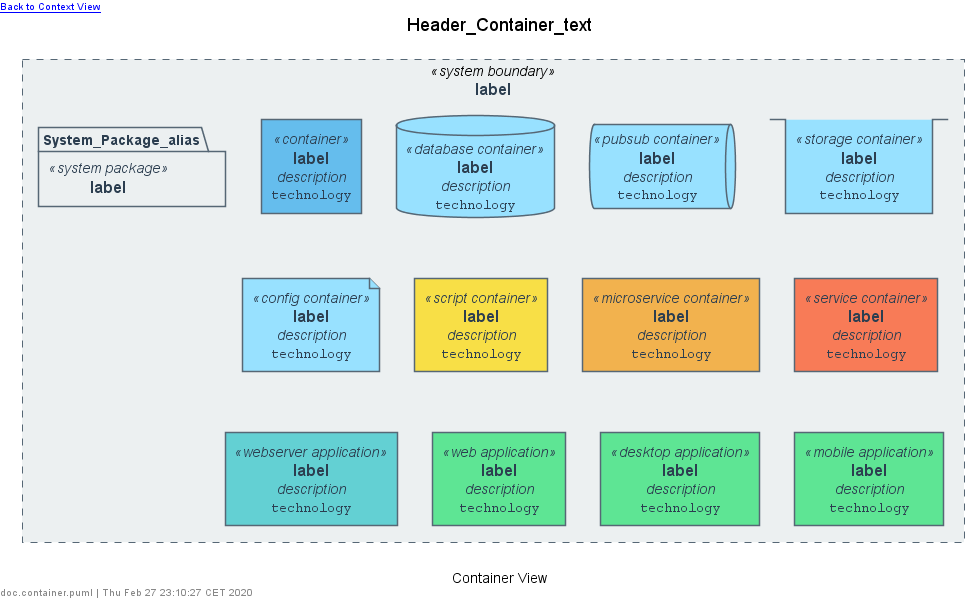
This is example/diagrams/doc.container.png from N0N4M3pl/plantuml-C4, a PlantUML export, as it was before one commit.
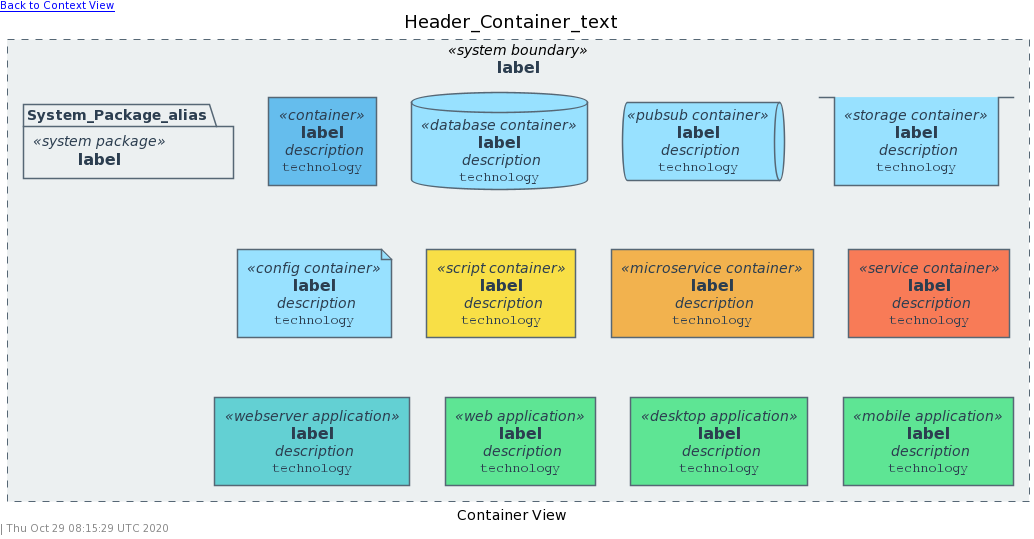
The same diagram one commit later.

What changed in the source:
```diff
@@ -1,234 +1,185 @@
-@startuml doc.container
+@startuml
+!include https://raw.githubusercontent.com/N0N4M3pl/plantuml-C4/master/src/style.puml
+!include https://raw.githubusercontent.com/N0N4M3pl/plantuml-C4/master/src/common.puml
 
 
+!definelong Header_Container(text, link)
+left header [[link Back to Context View]]
+title text
+!enddefinelong
+
+!definelong Footer_Container()
+caption Container View
+Footer()
+!enddefinelong
 
 
-
-skinparam defaultTextAlignment center
-skinparam wrapWidth 200
-skinparam maxMessageSize 150
-
-
-
-
-
-
-
-
-
-
-
-
-
-
-
-
-
-
-
-skinparam defaultTextAlignment center
-skinparam wrapWidth 200
-skinparam maxMessageSize 150
-
-
-
-
-
-
-
-
-
-
-
-
-
-
-
-
-
-
-
-skinparam Note {
-    FontColor #566775
-    BackgroundColor white
-    BorderColor #b6c1c5
-}
-
-
-skinparam actor<<person>> {
-    StereotypeFontColor #2c3e50
-    FontColor #2c3e50
-    BackgroundColor #566775
-    BorderColor #566775
-    Shadowing false
-}
-
-skinparam Arrow {
-    FontColor #2c3e50
-    Color #566775
-    FontSize 12
-}
-
-
-
-
-
-
-
+!define System_Boundary(alias, label) rectangle "==label" <<system boundary>> as alias
 skinparam rectangle<<system boundary>> {
-    StereotypeFontColor #2c3e50
-    FontColor #2c3e50
-    BackgroundColor #ecf0f1
-    BorderColor #566775
+    StereotypeFontColor COLOR_FONT_DARK
+    FontColor COLOR_FONT_DARK
+    BackgroundColor COLOR_BOUNDARY_SYSTEM_BG
+    BorderColor COLOR_BOUNDARY_SYSTEM_BD
     BorderStyle dashed
     BorderThickness 1
     Shadowing false
 }
 
+!define System_Package(alias, label) package "==label" <<system package>> as alias
 skinparam package<<system package>> {
-    StereotypeFontColor #2c3e50
-    FontColor #2c3e50
-    BackgroundColor #ecf0f1
-    BorderColor #566775
+    StereotypeFontColor COLOR_FONT_DARK
+    FontColor COLOR_FONT_DARK
+    BackgroundColor COLOR_BOUNDARY_SYSTEM_BG
+    BorderColor COLOR_BOUNDARY_SYSTEM_BD
     Shadowing false
 }
 
+!define Container(alias, label, description=" ", technology="", link="") rectangle "==label\n //description//\n ""technology"" " <<container>> as alias link
 skinparam rectangle<<container>> {
-    StereotypeFontColor #2c3e50
-    FontColor #2c3e50
-    BackgroundColor #65bded
-    BorderColor #566775
+    StereotypeFontColor COLOR_FONT_DARK
+    FontColor COLOR_FONT_DARK
+    BackgroundColor COLOR_CONTAINER_BG
+    BorderColor COLOR_CONTAINER_BD
     Shadowing false
 }
 
+!define Container_Script(alias, label, description=" ", technology="", link="") rectangle "==label\n //description//\n ""technology"" " <<script container>> as alias link
 skinparam rectangle<<script container>> {
-    StereotypeFontColor #2c3e50
-    FontColor #2c3e50
-    BackgroundColor #f8df46
-    BorderColor #566775
+    StereotypeFontColor COLOR_FONT_DARK
+    FontColor COLOR_FONT_DARK
+    BackgroundColor COLOR_YELLOW_2
+    BorderColor COLOR_CONTAINER_BD
     Shadowing false
 }
 
+!define Container_MicroService(alias, label, description=" ", technology="", link="") rectangle "==label\n //description//\n ""technology"" " <<microservice container>> as alias link
 skinparam rectangle<<microservice container>> {
-    StereotypeFontColor #2c3e50
-    FontColor #2c3e50
-    BackgroundColor #f2b24e
-    BorderColor #566775
+    StereotypeFontColor COLOR_FONT_DARK
+    FontColor COLOR_FONT_DARK
+    BackgroundColor COLOR_ORANGE_2
+    BorderColor COLOR_CONTAINER_BD
     Shadowing false
 }
 
+!define Container_Service(alias, label, description=" ", technology="", link="") rectangle "==label\n //description//\n ""technology"" " <<service container>> as alias link
 skinparam rectangle<<service container>> {
-    StereotypeFontColor #2c3e50
-    FontColor #2c3e50
-    BackgroundColor #f87b57
-    BorderColor #566775
+    StereotypeFontColor COLOR_FONT_DARK
+    FontColor COLOR_FONT_DARK
+    BackgroundColor COLOR_RED_2
+    BorderColor COLOR_CONTAINER_BD
     Shadowing false
 }
 
+!define Container_PubSub(alias, label, description=" ", technology="", link="") queue "==label\n //description//\n ""technology"" " <<pubsub container>> as alias link
 skinparam queue<<pubsub container>> {
-    StereotypeFontColor #2c3e50
-    FontColor #2c3e50
-    BackgroundColor #98e1ff
-    BorderColor #566775
+    StereotypeFontColor COLOR_FONT_DARK
+    FontColor COLOR_FONT_DARK
+    BackgroundColor COLOR_BLUE_1
+    BorderColor COLOR_CONTAINER_BD
     Shadowing false
 }
 
+!define Container_Database(alias, label, description=" ", technology="", link="") database "==label\n //description//\n ""technology"" " <<database container>> as alias link
 skinparam database<<database container>> {
-    StereotypeFontColor #2c3e50
-    FontColor #2c3e50
-    BackgroundColor #98e1ff
-    BorderColor #566775
+    StereotypeFontColor COLOR_FONT_DARK
+    FontColor COLOR_FONT_DARK
+    BackgroundColor COLOR_BLUE_1
+    BorderColor COLOR_CONTAINER_BD
     Shadowing false
 }
 
+!define Container_Storage(alias, label, description=" ", technology="", link="") stack "==label\n //description//\n ""technology"" " <<storage container>> as alias link
 skinparam stack<<storage container>> {
-    StereotypeFontColor #2c3e50
-    FontColor #2c3e50
-    BackgroundColor #98e1ff
-    BorderColor #566775
+    StereotypeFontColor COLOR_FONT_DARK
+    FontColor COLOR_FONT_DARK
+    BackgroundColor COLOR_BLUE_1
+    BorderColor COLOR_CONTAINER_BD
     Shadowing false
 }
 
+!define Container_Config(alias, label, description=" ", technology="", link="") file "==label\n //description//\n ""technology"" " <<config container>> as alias link
 skinparam file<<config container>> {
-    StereotypeFontColor #2c3e50
-    FontColor #2c3e50
-    BackgroundColor #98e1ff
-    BorderColor #566775
+    StereotypeFontColor COLOR_FONT_DARK
+    FontColor COLOR_FONT_DARK
+    BackgroundColor COLOR_BLUE_1
+    BorderColor COLOR_CONTAINER_BD
     Shadowing false
 }
 
+!define Application_WebServer(alias, label, description=" ", technology="", link="") rectangle "==label\n //description//\n ""technology"" " <<webserver application>> as alias link
 skinparam rectangle<<webserver application>> {
-    StereotypeFontColor #2c3e50
-    FontColor #2c3e50
-    BackgroundColor #63d0d3
-    BorderColor #566775
+    StereotypeFontColor COLOR_FONT_DARK
+    FontColor COLOR_FONT_DARK
+    BackgroundColor COLOR_TURQUOISE_2
+    BorderColor COLOR_CONTAINER_BD
     Shadowing false
 }
 
+!define Application_Web(alias, label, description=" ", technology="", link="") rectangle "==label\n //description//\n ""technology"" " <<web application>> as alias link
 skinparam rectangle<<web application>> {
-    StereotypeFontColor #2c3e50
-    FontColor #2c3e50
-    BackgroundColor #5ee594
-    BorderColor #566775
+    StereotypeFontColor COLOR_FONT_DARK
+    FontColor COLOR_FONT_DARK
+    BackgroundColor COLOR_GREEN_2
+    BorderColor COLOR_CONTAINER_BD
     Shadowing false
 }
 
+!define Application_Desktop(alias, label, description=" ", technology="", link="") rectangle "==label\n //description//\n ""technology"" " <<desktop application>> as alias link
 skinparam rectangle<<desktop application>> {
-    StereotypeFontColor #2c3e50
-    FontColor #2c3e50
-    BackgroundColor #5ee594
-    BorderColor #566775
+    StereotypeFontColor COLOR_FONT_DARK
+    FontColor COLOR_FONT_DARK
+    BackgroundColor COLOR_GREEN_2
+    BorderColor COLOR_CONTAINER_BD
     Shadowing false
 }
 
+!define Application_Mobile(alias, label, description=" ", technology="", link="") rectangle "==label\n //description//\n ""technology"" " <<mobile application>> as alias link
 skinparam rectangle<<mobile application>> {
-    StereotypeFontColor #2c3e50
-    FontColor #2c3e50
-    BackgroundColor #5ee594
-    BorderColor #566775
+    StereotypeFontColor COLOR_FONT_DARK
+    FontColor COLOR_FONT_DARK
+    BackgroundColor COLOR_GREEN_2
+    BorderColor COLOR_CONTAINER_BD
     Shadowing false
 }
 
 
 
-left header [[link Back to Context View]]
-title Header_Container_text
-top to bottom direction
+Header_Container("Header_Container_text", "link")
+
+LAYOUT_TOP_DOWN
 
 
-rectangle "==label" <<system boundary>> as System_Boundary_alias {
-    package "==label" <<system package>> as System_Package_alias {
+System_Boundary(System_Boundary_alias, "label") {
+
+    System_Package(System_Package_alias, "label") {
 
     }
 
-    rectangle "==label\n //description//\n ""technology"" " <<container>> as Container_alias [[link]]
+    Container(Container_alias, "label", "description", "technology", "[[link]]")
 
-    database "==label\n //description//\n ""technology"" " <<database container>> as Container_Database_alias [[link]]
+    Container_Database(Container_Database_alias, "label", "description", "technology", "[[link]]")
 
-    queue "==label\n //description//\n ""technology"" " <<pubsub container>> as Container_PubSub_alias [[link]]
+    Container_PubSub(Container_PubSub_alias, "label", "description", "technology", "[[link]]")
 
-    stack "==label\n //description//\n ""technology"" " <<storage container>> as Container_Storage_alias [[link]]
+    Container_Storage(Container_Storage_alias, "label", "description", "technology", "[[link]]")
 
-    file "==label\n //description//\n ""technology"" " <<config container>> as Container_Config_alias [[link]]
+    Container_Config(Container_Config_alias, "label", "description", "technology", "[[link]]")
 
-    rectangle "==label\n //description//\n ""technology"" " <<script container>> as Container_Script_alias [[link]]
+    Container_Script(Container_Script_alias, "label", "description", "technology", "[[link]]")
 
-    rectangle "==label\n //description//\n ""technology"" " <<microservice container>> as Container_MicroService_alias [[link]]
+    Container_MicroService(Container_MicroService_alias, "label", "description", "technology", "[[link]]")
 
-    rectangle "==label\n //description//\n ""technology"" " <<service container>> as Container_Service_alias [[link]]
+    Container_Service(Container_Service_alias, "label", "description", "technology", "[[link]]")
 
-    rectangle "==label\n //description//\n ""technology"" " <<webserver application>> as Application_WebServer_alias [[link]]
+    Application_WebServer(Application_WebServer_alias, "label", "description", "technology", "[[link]]")
 
-    rectangle "==label\n //description//\n ""technology"" " <<web application>> as Application_Web_alias [[link]]
+    Application_Web(Application_Web_alias, "label", "description", "technology", "[[link]]")
 
-    rectangle "==label\n //description//\n ""technology"" " <<desktop application>> as Application_Desktop_alias [[link]]
+    Application_Desktop(Application_Desktop_alias, "label", "description", "technology", "[[link]]")
 
-    rectangle "==label\n //description//\n ""technology"" " <<mobile application>> as Application_Mobile_alias [[link]]
+    Application_Mobile(Application_Mobile_alias, "label", "description", "technology", "[[link]]")
 }
 
 
-
-caption Container View
-left footer doc.container.puml | Thu Feb 27 23:10:27 CET 2020
-
+Footer_Container()
 @enduml
```
